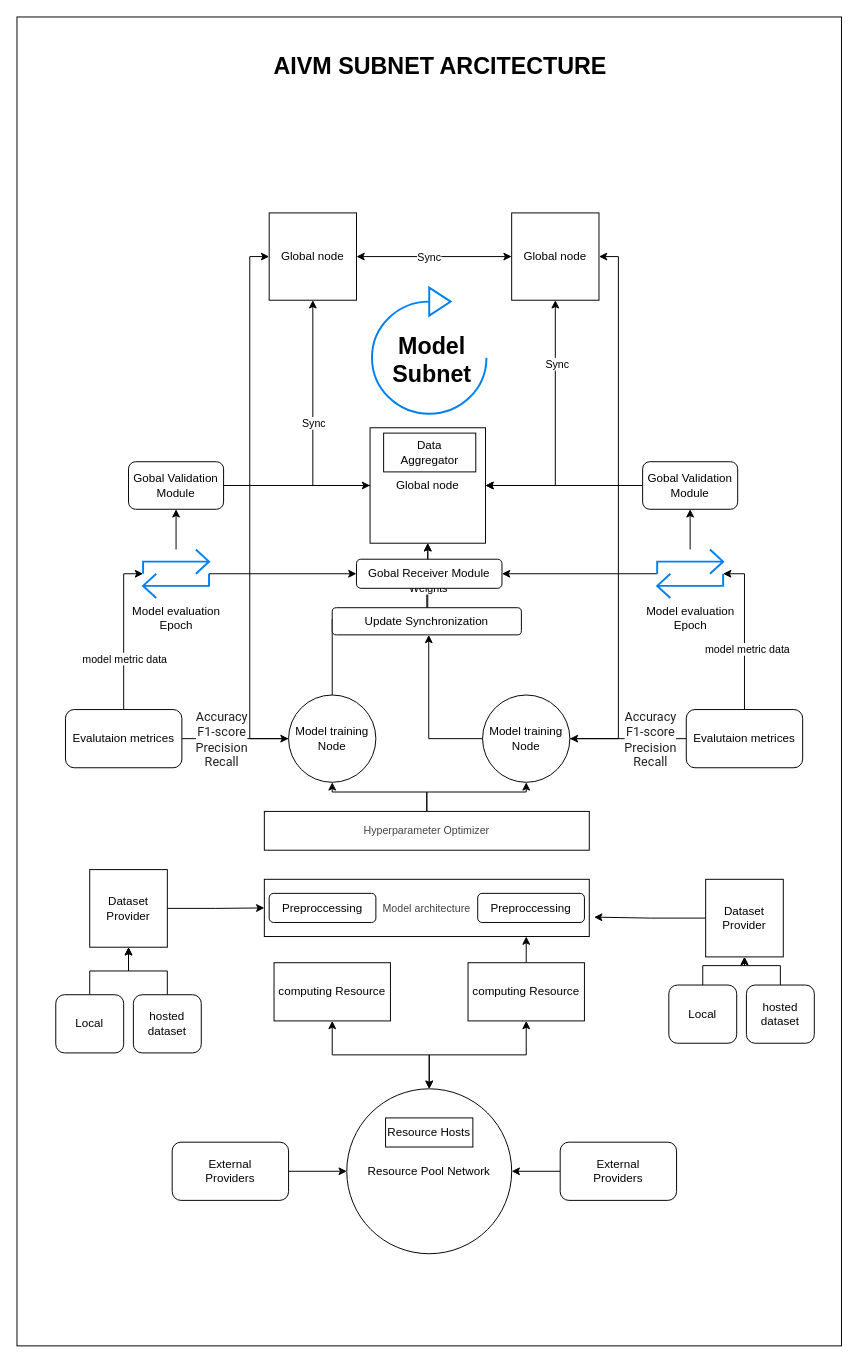
This is Distrubuted-Fedrated-learning.drawio from ali-05-ahmed/Concept-Diagrams, a draw.io file, before an edit. Source tidied: cells renumbered, new cells numbered last; positions are measured from the earlier drawing's top-left corner, leaving out a move shared by most shapes. Both pictures are drawn from the tidied source at 97%, with x=0, y=0 at pixel (16, 16).
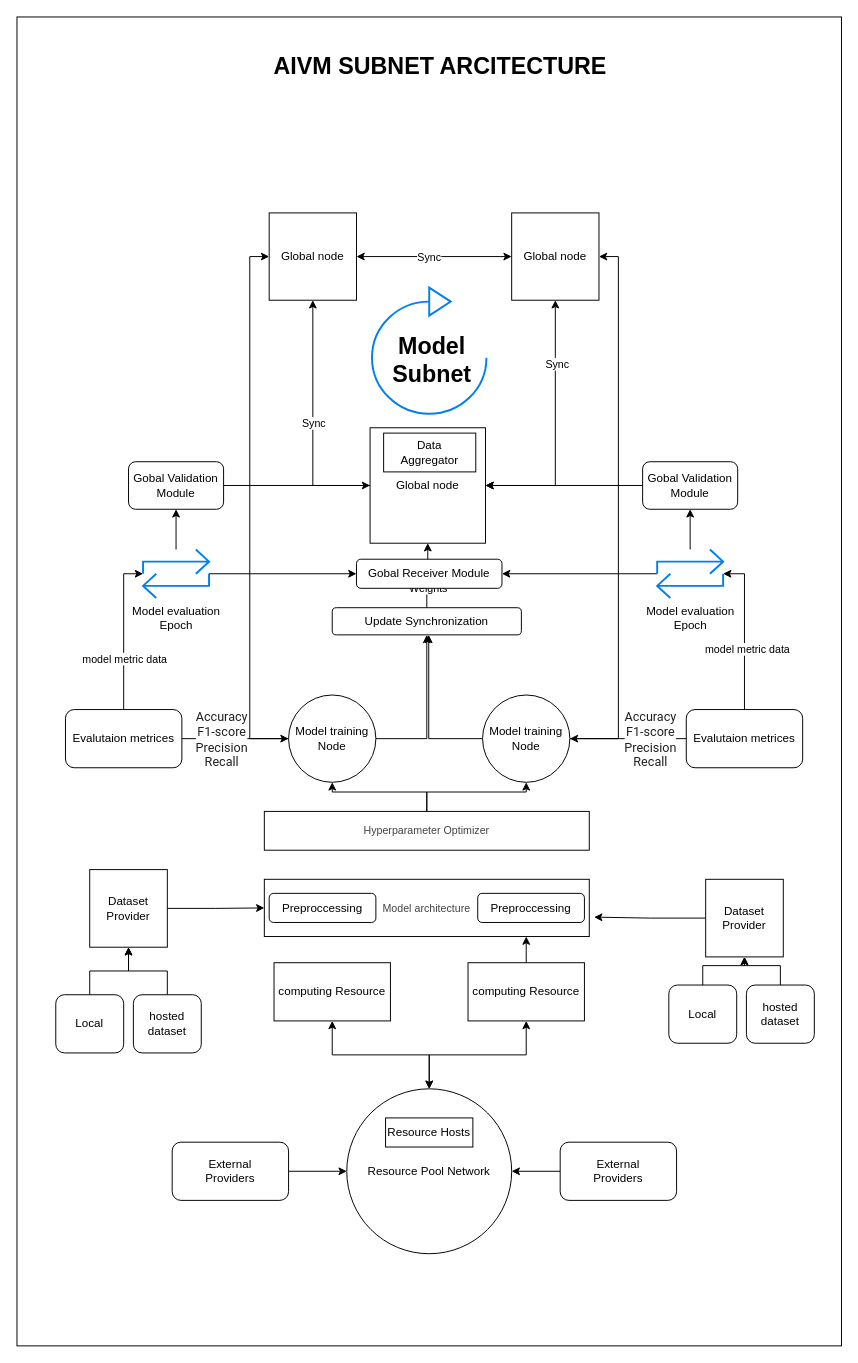
The same page after the edit.

Unchanged cells that the change refers to:
```xml
<mxCell id="4" value="Global node" style="whiteSpace=wrap;html=1;" parent="1" vertex="1">
  <mxGeometry x="364" y="423.5" width="119" height="119" as="geometry" />
</mxCell>
<mxCell id="16" value="Model training&lt;div&gt;Node&lt;/div&gt;" style="ellipse;whiteSpace=wrap;html=1;" parent="1" vertex="1">
  <mxGeometry x="280" y="699" width="90" height="90" as="geometry" />
</mxCell>
<mxCell id="54" value="Update Synchronization" style="rounded=1;whiteSpace=wrap;html=1;" parent="1" vertex="1">
  <mxGeometry x="325" y="609" width="195" height="28" as="geometry" />
</mxCell>
```

Diff of the diagram source:
```diff
@@
-    <mxCell id="14" style="edgeStyle=orthogonalEdgeStyle;rounded=0;jettySize=auto;html=1;" parent="1" edge="1" source="16" target="4">
-      <mxGeometry relative="1" as="geometry" />
+    <mxCell id="14" style="edgeStyle=orthogonalEdgeStyle;rounded=0;jettySize=auto;html=1;entryX=0.5;entryY=1;entryDx=0;entryDy=0;" parent="1" edge="1" source="16" target="54">
+      <mxGeometry relative="1" as="geometry">
+        <Array as="points">
+          <mxPoint x="423" y="744" />
+        </Array>
+      </mxGeometry>
     </mxCell>
```
